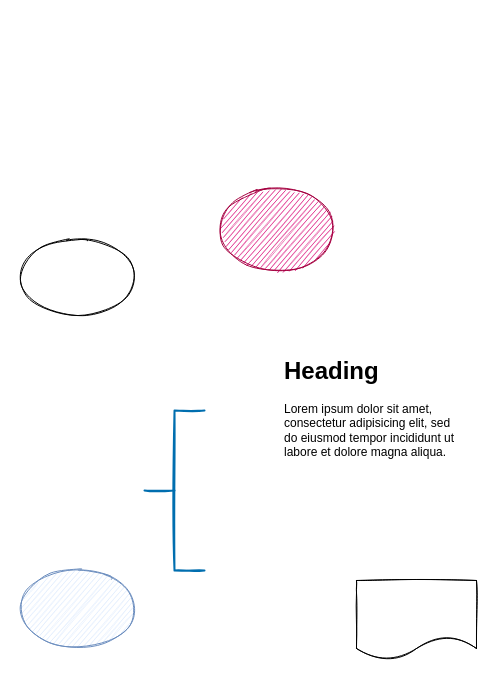
Above: diagrams/新的绘图2.drawio in MillionT/githubLocal (draw.io), before the change. Source tidied: cells renumbered, new cells numbered last; positions are measured from the earlier drawing's top-left corner, leaving out a move shared by most shapes. Both pictures are drawn from the tidied source at 100%, with x=0, y=0 at pixel (17, 189).
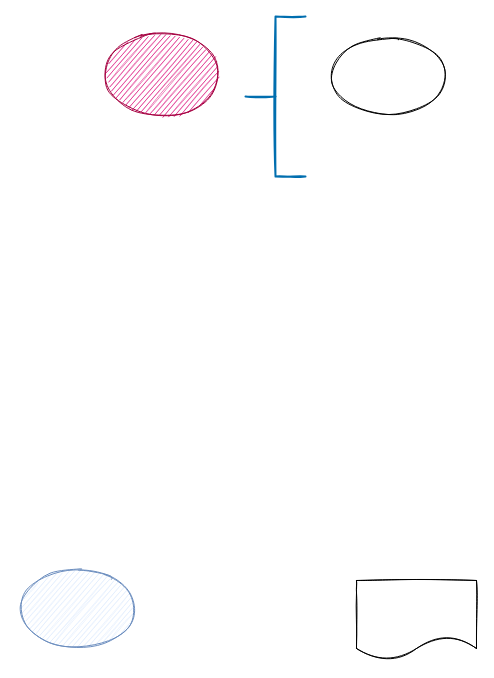
Above is the later version.

Commit message (it also covers changes not shown here):
更新新的绘图2.drawio

Diff of the diagram source:
```diff
@@
 <mxGraphModel>
   <root>
     <mxCell id="0" />
     <mxCell id="1" parent="0" />
     <mxCell id="2" style="ellipse;whiteSpace=wrap;html=1;fillColor=#d80073;strokeColor=#A50040;fontColor=#ffffff;sketch=1;" parent="1" vertex="1">
-      <mxGeometry x="199" width="120" height="80" as="geometry" />
+      <mxGeometry x="84" y="-155" width="120" height="80" as="geometry" />
     </mxCell>
     <mxCell id="3" style="strokeWidth=2;html=1;shape=mxgraph.flowchart.annotation_2;align=left;labelPosition=right;fillColor=#1ba1e2;strokeColor=#006EAF;fontColor=#ffffff;sketch=1;" parent="1" vertex="1">
-      <mxGeometry x="127" y="221" width="60" height="160" as="geometry" />
+      <mxGeometry x="228" y="-173" width="60" height="160" as="geometry" />
     </mxCell>
     <mxCell id="4" style="ellipse;whiteSpace=wrap;html=1;sketch=1;" parent="1" vertex="1">
-      <mxGeometry y="48" width="120" height="80" as="geometry" />
+      <mxGeometry x="311" y="-153" width="120" height="80" as="geometry" />
     </mxCell>
-    <mxCell id="5" value="&lt;h1&gt;Heading&lt;/h1&gt;&lt;p&gt;Lorem ipsum dolor sit amet, consectetur adipisicing elit, sed do eiusmod tempor incididunt ut labore et dolore magna aliqua.&lt;/p&gt;" style="text;html=1;strokeColor=none;fillColor=none;spacing=5;spacingTop=-20;whiteSpace=wrap;overflow=hidden;rounded=0;sketch=1;" parent="1" vertex="1">
-      <mxGeometry x="262" y="162" width="190" height="120" as="geometry" />
-    </mxCell>
     <mxCell id="6" style="ellipse;whiteSpace=wrap;html=1;sketch=1;fillColor=#dae8fc;strokeColor=#6c8ebf;" parent="1" vertex="1">
       <mxGeometry y="379" width="120" height="80" as="geometry" />
     </mxCell>
     <mxCell id="7" style="shape=document;whiteSpace=wrap;html=1;boundedLbl=1;sketch=1;" parent="1" vertex="1">
       <mxGeometry x="339" y="391" width="120" height="80" as="geometry" />
     </mxCell>
   </root>
 </mxGraphModel>
```
